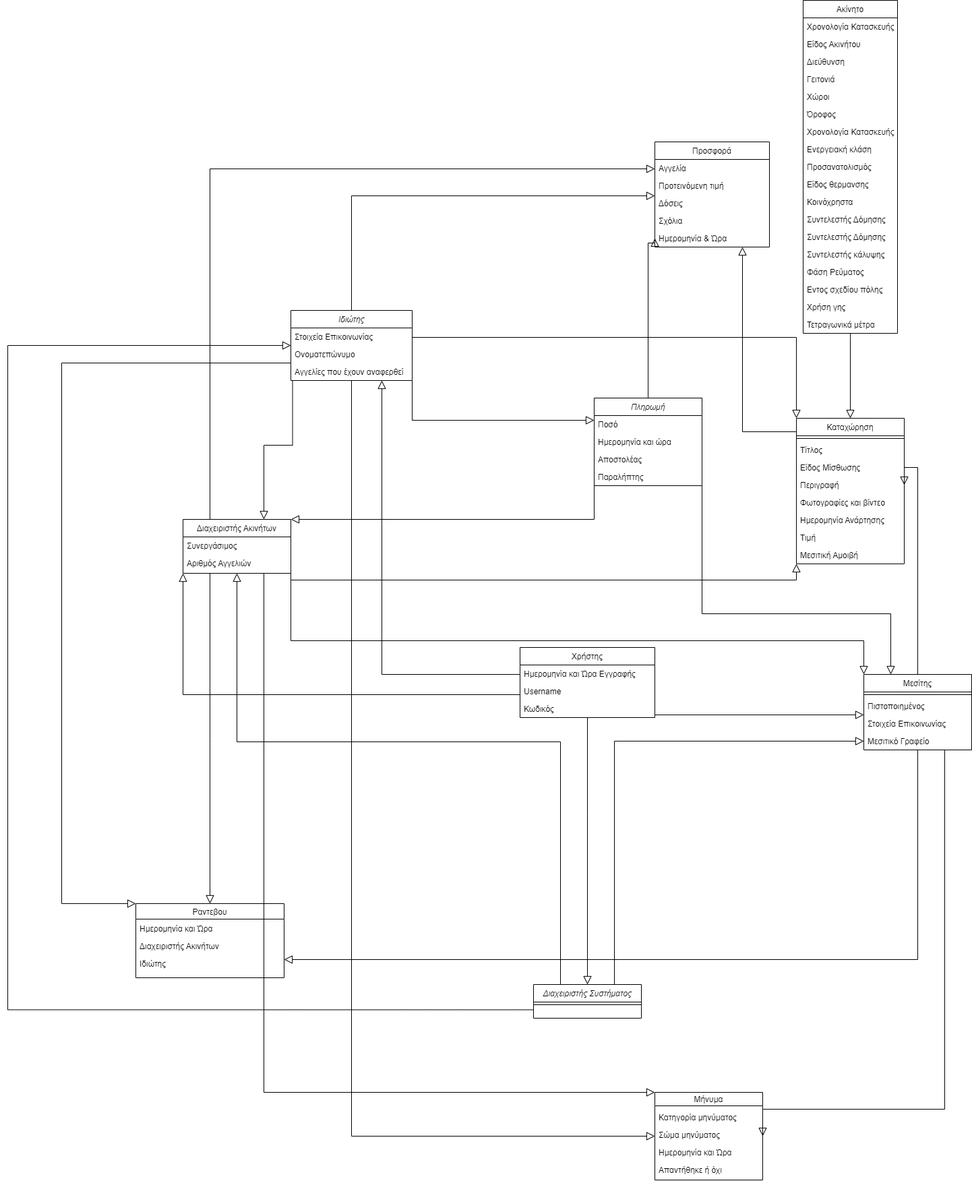
Earlier version of the draw.io export Third Turn-in/Domain v.0.2.png (Arlechin/SoftwareTechnology22). Source tidied: cells renumbered, new cells last; positions are measured from the earlier drawing's top-left corner, leaving out a move shared by most shapes.
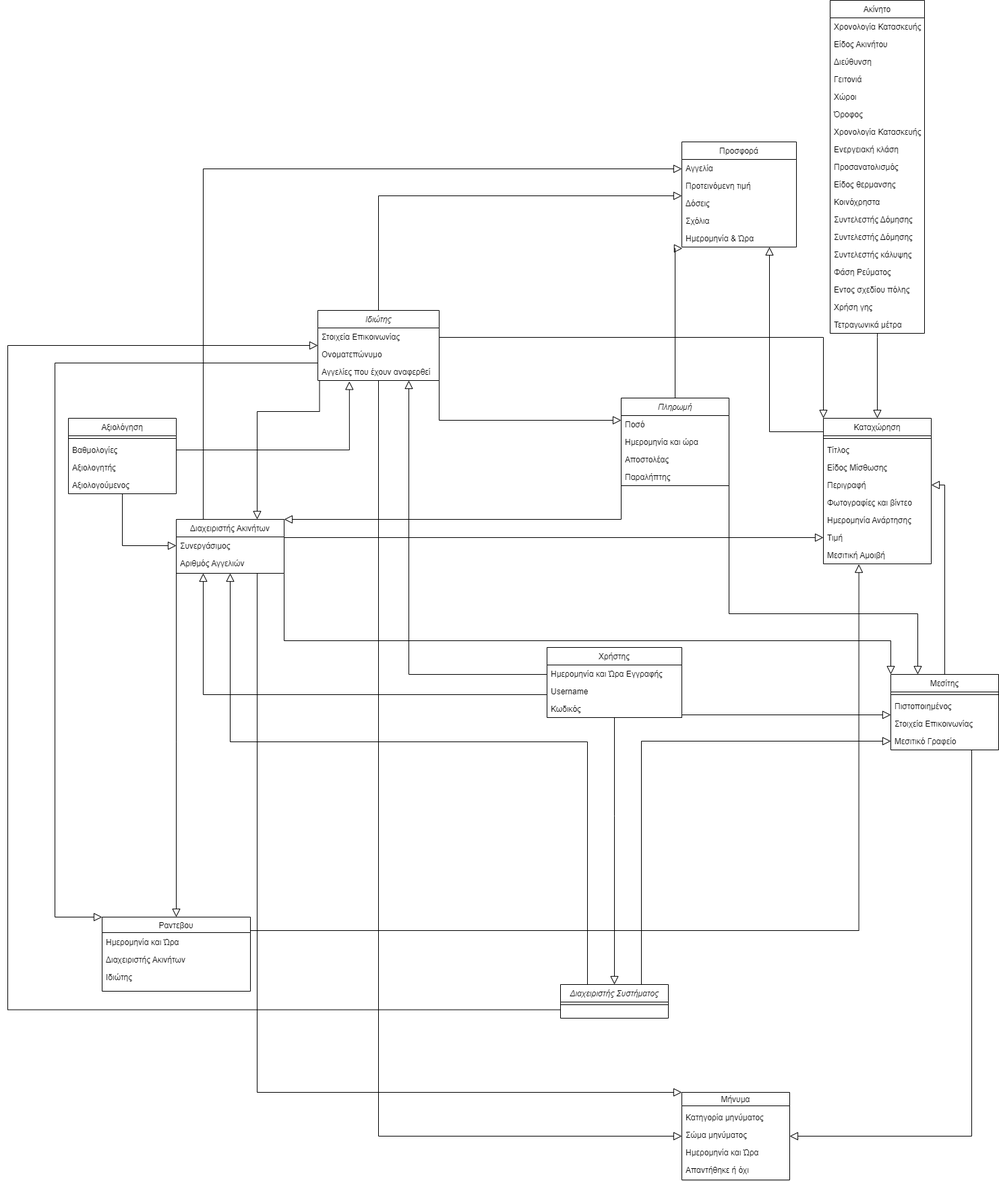
After the commit.

Diff of the diagram source:
```diff
@@ -15,7 +15,7 @@
       <mxGeometry y="78" width="180" height="26" as="geometry" />
     </mxCell>
     <mxCell id="6" value="Διαχειριστής Ακινήτων&#10;" style="swimlane;fontStyle=0;align=center;verticalAlign=top;horizontal=1;startSize=26;rounded=0;shadow=0;strokeWidth=1;fixDash=0;" parent="1" vertex="1">
-      <mxGeometry x="260" y="770" width="160" height="80" as="geometry" />
+      <mxGeometry x="210" y="770" width="160" height="80" as="geometry" />
     </mxCell>
     <mxCell id="7" value="Συνεργάσιμος" style="text;strokeColor=none;fillColor=none;align=left;verticalAlign=top;spacingLeft=4;spacingRight=4;overflow=hidden;points=[[0,0.5],[1,0.5]];portConstraint=eastwest;" parent="6" vertex="1">
       <mxGeometry y="26" width="160" height="26" as="geometry" />
@@ -52,6 +52,7 @@
     <mxCell id="15" style="endArrow=block;endSize=10;endFill=0;shadow=0;strokeWidth=1;rounded=0;edgeStyle=elbowEdgeStyle;elbow=vertical;exitX=0.5;exitY=0;exitDx=0;exitDy=0;entryX=1;entryY=0.5;entryDx=0;entryDy=0;" parent="1" edge="1" source="10" target="20">
       <mxGeometry relative="1" as="geometry">
         <Array as="points">
+          <mxPoint x="1360" y="719" />
           <mxPoint x="1370" y="693" />
           <mxPoint x="1320" y="800" />
           <mxPoint x="1010" y="890" />
@@ -96,9 +97,10 @@
         <mxPoint x="-40" y="32" as="offset" />
       </mxGeometry>
     </mxCell>
-    <mxCell id="26" style="endArrow=block;endSize=10;endFill=0;shadow=0;strokeWidth=1;rounded=0;edgeStyle=elbowEdgeStyle;elbow=vertical;entryX=0;entryY=1;entryDx=0;entryDy=0;exitX=1;exitY=0.5;exitDx=0;exitDy=0;" parent="1" edge="1" source="6" target="16">
+    <mxCell id="26" style="endArrow=block;endSize=10;endFill=0;shadow=0;strokeWidth=1;rounded=0;edgeStyle=elbowEdgeStyle;elbow=vertical;entryX=0;entryY=0.5;entryDx=0;entryDy=0;exitX=1;exitY=0.5;exitDx=0;exitDy=0;" parent="1" edge="1" source="6" target="23">
       <mxGeometry relative="1" as="geometry">
         <Array as="points">
+          <mxPoint x="980" y="797" />
           <mxPoint x="450" y="860" />
           <mxPoint x="540" y="890" />
           <mxPoint x="784" y="925" />
@@ -168,8 +170,15 @@
         </Array>
       </mxGeometry>
     </mxCell>
+    <mxCell id="94" style="edgeStyle=orthogonalEdgeStyle;rounded=0;jettySize=auto;html=1;entryX=0.329;entryY=1.027;entryDx=0;entryDy=0;entryPerimeter=0;endSize=10;endArrow=block;endFill=0;" parent="1" edge="1" source="38" target="24">
+      <mxGeometry relative="1" as="geometry">
+        <Array as="points">
+          <mxPoint x="1223" y="1380" />
+        </Array>
+      </mxGeometry>
+    </mxCell>
     <mxCell id="38" value="Ραντεβου" style="swimlane;fontStyle=0;" parent="1" vertex="1">
-      <mxGeometry x="190" y="1340" width="220" height="110" as="geometry" />
+      <mxGeometry x="100" y="1360" width="220" height="110" as="geometry" />
     </mxCell>
     <mxCell id="39" value="Ημερομηνία και Ώρα" style="text;strokeColor=none;fillColor=none;align=left;verticalAlign=top;spacingLeft=4;spacingRight=4;overflow=hidden;" parent="38" vertex="1">
       <mxGeometry y="24" width="140" height="26" as="geometry" />
@@ -183,7 +192,8 @@
     <mxCell id="42" style="endArrow=block;endSize=10;endFill=0;shadow=0;strokeWidth=1;rounded=0;edgeStyle=elbowEdgeStyle;elbow=vertical;exitX=0;exitY=0.75;exitDx=0;exitDy=0;entryX=0;entryY=0;entryDx=0;entryDy=0;" parent="1" edge="1" source="2" target="38">
       <mxGeometry relative="1" as="geometry">
         <Array as="points">
-          <mxPoint x="80" y="590" />
+          <mxPoint x="30" y="780" />
+          <mxPoint x="80" y="990" />
           <mxPoint x="310" y="505" />
           <mxPoint x="320" y="770" />
           <mxPoint x="350" y="510" />
@@ -191,7 +201,7 @@
         </Array>
       </mxGeometry>
     </mxCell>
-    <mxCell id="43" style="endArrow=block;endSize=10;endFill=0;shadow=0;strokeWidth=1;rounded=0;edgeStyle=elbowEdgeStyle;elbow=vertical;entryX=0.5;entryY=0;entryDx=0;entryDy=0;exitX=0.25;exitY=1;exitDx=0;exitDy=0;" parent="1" edge="1" source="6" target="38">
+    <mxCell id="43" style="endArrow=block;endSize=10;endFill=0;shadow=0;strokeWidth=1;rounded=0;edgeStyle=elbowEdgeStyle;elbow=vertical;entryX=0.5;entryY=0;entryDx=0;entryDy=0;exitX=0;exitY=0.692;exitDx=0;exitDy=0;exitPerimeter=0;" parent="1" edge="1" source="8" target="38">
       <mxGeometry relative="1" as="geometry" />
     </mxCell>
     <mxCell id="44" style="endArrow=block;endSize=10;endFill=0;shadow=0;strokeWidth=1;rounded=0;edgeStyle=elbowEdgeStyle;elbow=vertical;entryX=0.5;entryY=0;entryDx=0;entryDy=0;exitX=0.5;exitY=1;exitDx=0;exitDy=0;" parent="1" edge="1" source="69" target="16">
@@ -214,6 +224,7 @@
     <mxCell id="46" style="endArrow=block;endSize=10;endFill=0;shadow=0;strokeWidth=1;rounded=0;edgeStyle=elbowEdgeStyle;elbow=vertical;exitX=0;exitY=0.75;exitDx=0;exitDy=0;entryX=0;entryY=0.5;entryDx=0;entryDy=0;" parent="1" edge="1" source="35" target="2">
       <mxGeometry relative="1" as="geometry">
         <Array as="points">
+          <mxPoint x="-40" y="770" />
           <mxPoint y="1210" />
           <mxPoint x="190" y="750" />
           <mxPoint x="300" y="990" />
@@ -223,20 +234,6 @@
         </Array>
       </mxGeometry>
     </mxCell>
-    <mxCell id="47" style="endArrow=block;endSize=10;endFill=0;shadow=0;strokeWidth=1;rounded=0;edgeStyle=elbowEdgeStyle;elbow=vertical;exitX=0.5;exitY=1;exitDx=0;exitDy=0;entryX=1;entryY=0.75;entryDx=0;entryDy=0;" parent="1" edge="1" source="10" target="38">
-      <mxGeometry relative="1" as="geometry">
-        <Array as="points">
-          <mxPoint x="530" y="1423" />
-          <mxPoint x="470" y="1420" />
-          <mxPoint x="690" y="1418" />
-          <mxPoint x="720" y="1078" />
-          <mxPoint x="720" y="1090" />
-          <mxPoint x="690" y="1080" />
-          <mxPoint x="340" y="820" />
-          <mxPoint x="370" y="790" />
-        </Array>
-      </mxGeometry>
-    </mxCell>
     <mxCell id="48" value="Μήνυμα" style="swimlane;fontStyle=0;startSize=20;" parent="1" vertex="1">
       <mxGeometry x="960" y="1620" width="160" height="130" as="geometry" />
     </mxCell>
@@ -255,6 +252,7 @@
     <mxCell id="53" style="endArrow=block;endSize=10;endFill=0;shadow=0;strokeWidth=1;rounded=0;edgeStyle=elbowEdgeStyle;elbow=vertical;exitX=0.75;exitY=1;exitDx=0;exitDy=0;entryX=1;entryY=0.5;entryDx=0;entryDy=0;" parent="1" edge="1" source="10" target="48">
       <mxGeometry relative="1" as="geometry">
         <Array as="points">
+          <mxPoint x="1280" y="1685" />
           <mxPoint x="1280" y="1645" />
           <mxPoint x="1290" y="1650" />
           <mxPoint x="1350" y="1640" />
@@ -315,7 +313,7 @@
         <mxPoint x="-40" y="32" as="offset" />
       </mxGeometry>
     </mxCell>
-    <mxCell id="61" style="endArrow=block;shadow=0;strokeWidth=1;rounded=0;endFill=0;edgeStyle=elbowEdgeStyle;elbow=vertical;entryX=0;entryY=1;entryDx=0;entryDy=0;endSize=10;exitX=0;exitY=0.5;exitDx=0;exitDy=0;" parent="1" edge="1" source="56" target="6">
+    <mxCell id="61" style="endArrow=block;shadow=0;strokeWidth=1;rounded=0;endFill=0;edgeStyle=elbowEdgeStyle;elbow=vertical;entryX=0.25;entryY=1;entryDx=0;entryDy=0;endSize=10;exitX=0;exitY=0.5;exitDx=0;exitDy=0;" parent="1" edge="1" source="56" target="6">
       <mxGeometry x="0.5" y="41" relative="1" as="geometry">
         <Array as="points">
           <mxPoint x="690" y="1030" />
@@ -355,6 +353,7 @@
     <mxCell id="64" style="endArrow=block;shadow=0;strokeWidth=1;rounded=0;endFill=0;edgeStyle=elbowEdgeStyle;elbow=vertical;entryX=0.75;entryY=0;entryDx=0;entryDy=0;endSize=10;exitX=0.014;exitY=0.984;exitDx=0;exitDy=0;exitPerimeter=0;" parent="1" edge="1" source="5" target="6">
       <mxGeometry x="0.5" y="41" relative="1" as="geometry">
         <Array as="points">
+          <mxPoint x="360" y="610" />
           <mxPoint x="420" y="660" />
           <mxPoint x="400" y="570" />
           <mxPoint x="470" y="820" />
@@ -404,9 +403,11 @@
         </Array>
       </mxGeometry>
     </mxCell>
-    <mxCell id="68" style="endArrow=block;endSize=10;endFill=0;shadow=0;strokeWidth=1;rounded=0;edgeStyle=elbowEdgeStyle;elbow=vertical;exitX=0.5;exitY=0;exitDx=0;exitDy=0;entryX=0;entryY=0.5;entryDx=0;entryDy=0;" parent="1" edge="1" source="27" target="93">
+    <mxCell id="68" style="endArrow=block;endSize=10;endFill=0;shadow=0;strokeWidth=1;rounded=0;edgeStyle=elbowEdgeStyle;elbow=vertical;exitX=0.5;exitY=0;exitDx=0;exitDy=0;entryX=0.005;entryY=1.082;entryDx=0;entryDy=0;entryPerimeter=0;" parent="1" edge="1" source="27" target="93">
       <mxGeometry relative="1" as="geometry">
         <Array as="points">
+          <mxPoint x="940" y="368" />
+          <mxPoint x="960" y="420" />
           <mxPoint x="940" y="360" />
           <mxPoint x="940" y="750" />
           <mxPoint x="920" y="670" />
@@ -491,5 +492,30 @@
     <mxCell id="93" value="Ημερομηνία &amp; Ώρα" style="text;strokeColor=none;fillColor=none;align=left;verticalAlign=top;spacingLeft=4;spacingRight=4;overflow=hidden;points=[[0,0.5],[1,0.5]];portConstraint=eastwest;" parent="88" vertex="1">
       <mxGeometry y="130" width="170" height="26" as="geometry" />
     </mxCell>
+    <mxCell id="95" style="edgeStyle=orthogonalEdgeStyle;rounded=0;jettySize=auto;html=1;entryX=0.26;entryY=1.051;entryDx=0;entryDy=0;entryPerimeter=0;exitX=1;exitY=0.5;exitDx=0;exitDy=0;endSize=10;endArrow=block;endFill=0;" parent="1" edge="1" source="99" target="5">
+      <mxGeometry relative="1" as="geometry">
+        <Array as="points">
+          <mxPoint x="467" y="667" />
+        </Array>
+      </mxGeometry>
+    </mxCell>
+    <mxCell id="96" style="edgeStyle=orthogonalEdgeStyle;rounded=0;jettySize=auto;html=1;entryX=0;entryY=0.5;entryDx=0;entryDy=0;endSize=10;endArrow=block;endFill=0;" parent="1" edge="1" source="97" target="7">
+      <mxGeometry relative="1" as="geometry" />
+    </mxCell>
+    <mxCell id="97" value="Αξιολόγηση" style="swimlane;fontStyle=0;align=center;verticalAlign=top;horizontal=1;startSize=26;rounded=0;shadow=0;strokeWidth=1;" parent="1" vertex="1">
+      <mxGeometry x="50" y="620" width="160" height="112" as="geometry" />
+    </mxCell>
+    <mxCell id="98" style="line;html=1;strokeWidth=1;align=left;verticalAlign=middle;spacingTop=-1;spacingLeft=3;spacingRight=3;labelPosition=right;" parent="97" vertex="1">
+      <mxGeometry y="26" width="160" height="8" as="geometry" />
+    </mxCell>
+    <mxCell id="99" value="Βαθμολογίες" style="text;strokeColor=none;fillColor=none;align=left;verticalAlign=top;spacingLeft=4;spacingRight=4;overflow=hidden;points=[[0,0.5],[1,0.5]];portConstraint=eastwest;" parent="97" vertex="1">
+      <mxGeometry y="34" width="160" height="26" as="geometry" />
+    </mxCell>
+    <mxCell id="100" value="Αξιολογητής" style="text;strokeColor=none;fillColor=none;align=left;verticalAlign=top;spacingLeft=4;spacingRight=4;overflow=hidden;" parent="97" vertex="1">
+      <mxGeometry y="60" width="160" height="26" as="geometry" />
+    </mxCell>
+    <mxCell id="101" value="Αξιολογούμενος" style="text;strokeColor=none;fillColor=none;align=left;verticalAlign=top;spacingLeft=4;spacingRight=4;overflow=hidden;" parent="97" vertex="1">
+      <mxGeometry y="86" width="160" height="26" as="geometry" />
+    </mxCell>
   </root>
 </mxGraphModel>
```
